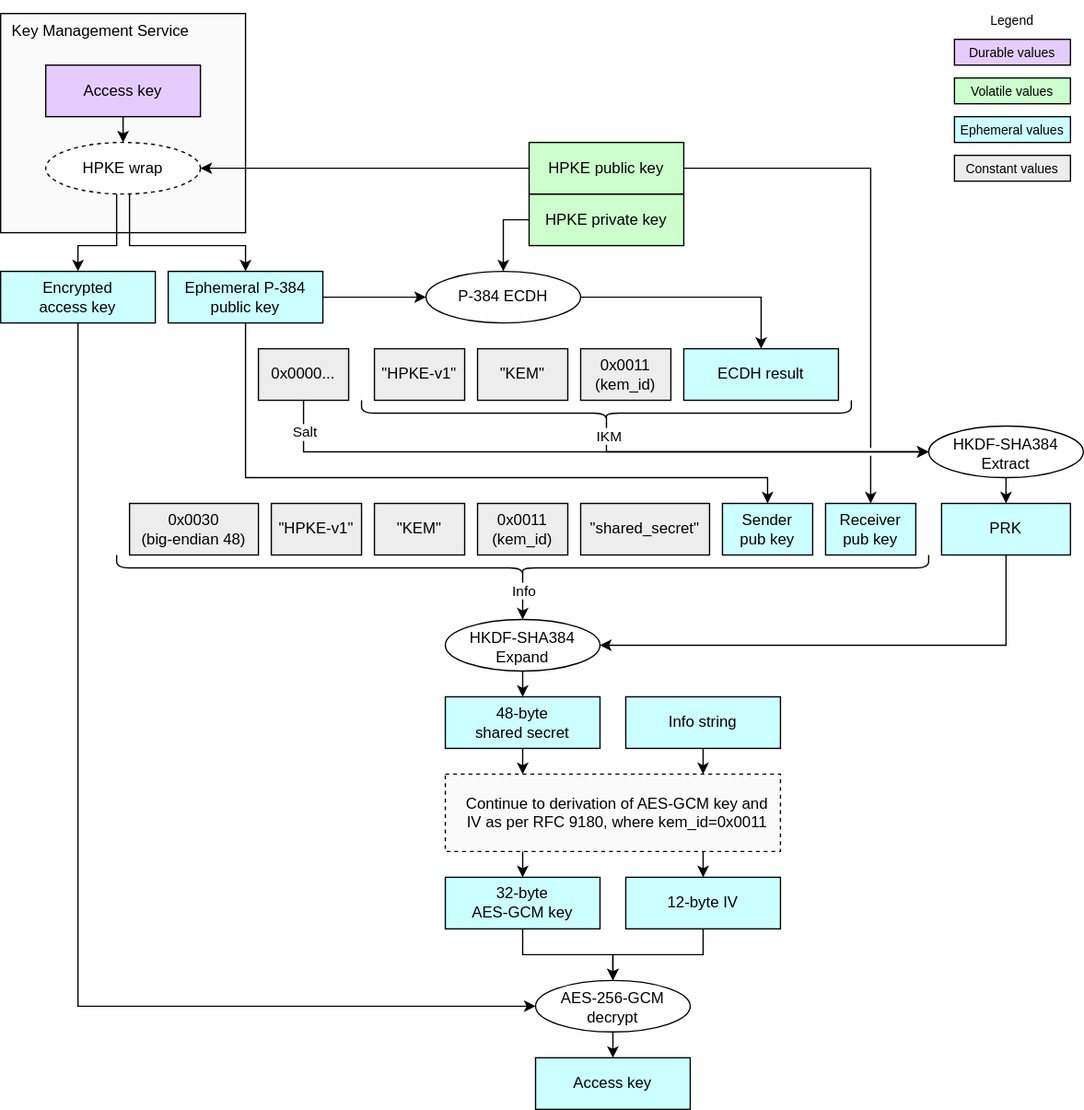
The draw.io diagram doc/ocp_lock/diagrams/hpke_kem_ecdh.drawio.svg in chipsalliance/Caliptra, before a commit. Source tidied: cells renumbered, new cells last; positions are measured from the earlier drawing's top-left corner, leaving out a move shared by most shapes.
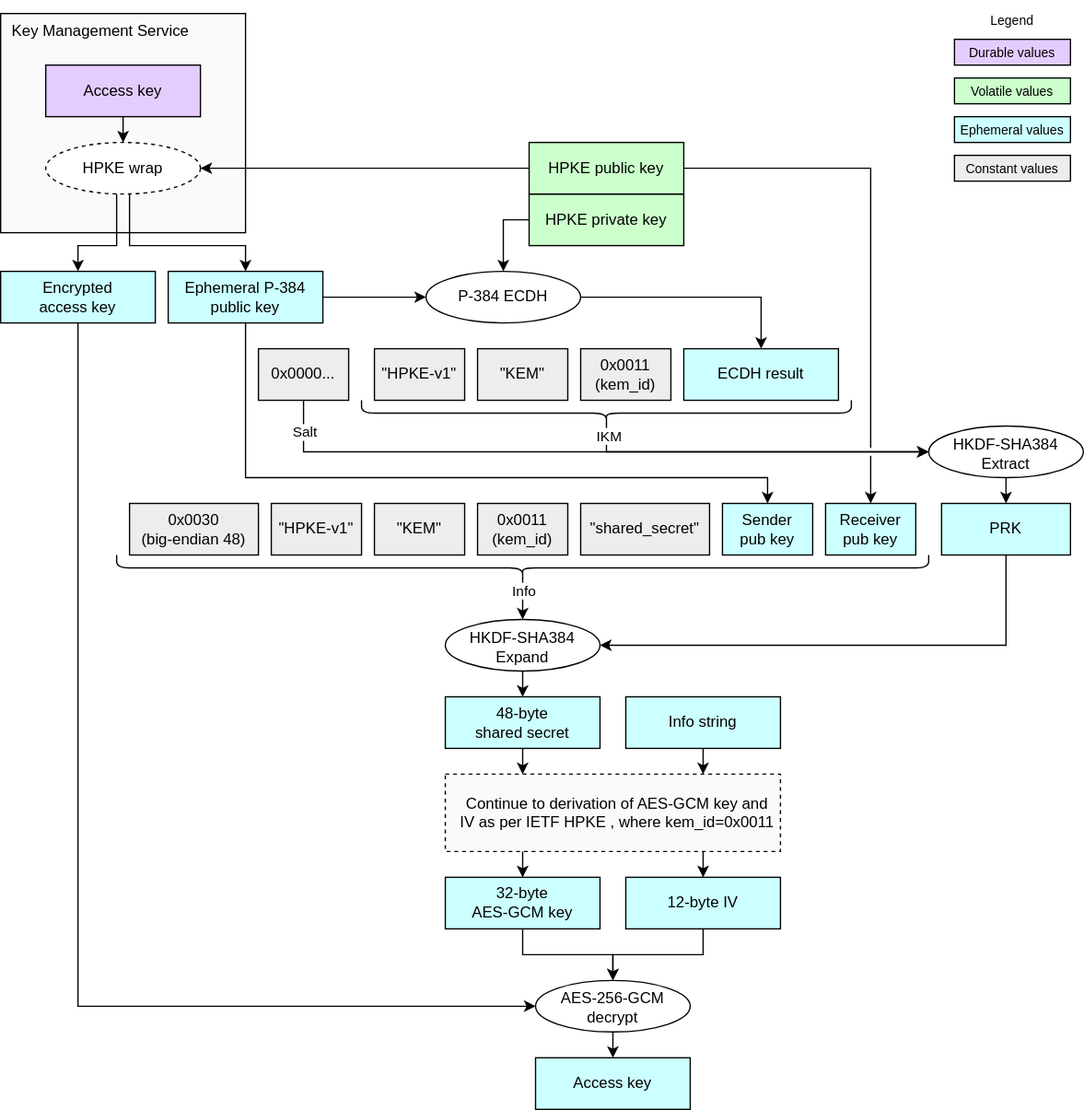
After the commit.

Commit message:
[OCP-LOCK]: HPKE diagram updates (#631)

The edit, as a diff of the source:
```diff
@@ -193,7 +193,7 @@
     <mxCell id="51" value="&lt;div&gt;&lt;font color=&quot;#000000&quot;&gt;0x0000...&lt;/font&gt;&lt;/div&gt;" style="rounded=0;whiteSpace=wrap;html=1;align=center;verticalAlign=middle;shadow=0;glass=0;spacingLeft=0;spacingBottom=0;spacingTop=0;fillColor=#EDEDED;" parent="1" vertex="1">
       <mxGeometry x="200" y="270" width="70" height="40" as="geometry" />
     </mxCell>
-    <mxCell id="52" value="Continue to derivation of&amp;nbsp;&lt;span style=&quot;background-color: transparent;&quot;&gt;AES-GCM key and&lt;/span&gt;&lt;div&gt;&lt;span style=&quot;background-color: transparent;&quot;&gt;IV as per&amp;nbsp;&lt;/span&gt;&lt;span style=&quot;background-color: transparent;&quot;&gt;RFC 9180, where kem_id=0x0011&lt;/span&gt;&lt;/div&gt;" style="rounded=0;whiteSpace=wrap;html=1;fillColor=#FAFAFA;strokeColor=#000000;align=center;verticalAlign=middle;spacingLeft=7;dashed=1;" parent="1" vertex="1">
+    <mxCell id="52" value="Continue to derivation of&amp;nbsp;&lt;span style=&quot;background-color: transparent;&quot;&gt;AES-GCM key and&lt;/span&gt;&lt;div&gt;&lt;span style=&quot;background-color: transparent;&quot;&gt;IV as per IETF HPKE&lt;/span&gt;&lt;span style=&quot;background-color: transparent;&quot;&gt;, where kem_id=0x0011&lt;/span&gt;&lt;/div&gt;" style="rounded=0;whiteSpace=wrap;html=1;fillColor=#FAFAFA;strokeColor=#000000;align=center;verticalAlign=middle;spacingLeft=7;dashed=1;" parent="1" vertex="1">
       <mxGeometry x="345" y="600" width="260" height="60" as="geometry" />
     </mxCell>
     <mxCell id="53" value="AES-256-GCM&lt;div&gt;decrypt&lt;/div&gt;" style="ellipse;whiteSpace=wrap;html=1;fillColor=#FFFFFF;spacingTop=1;" parent="1" vertex="1">
```
